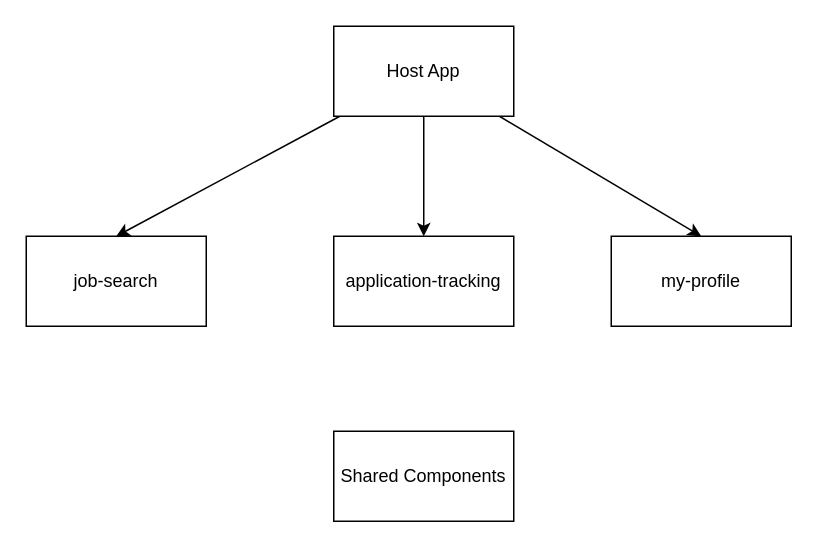
This is page "Page-1" (1 of 3) of plan/architecture.dio from dSolver/job-application-tracker, a draw.io file, before an edit. Source tidied: cells renumbered, new cells numbered last; positions are measured from the earlier drawing's top-left corner, leaving out a move shared by most shapes. Both pictures are drawn from the tidied source at 150%, with x=0, y=0 at pixel (26, 26).
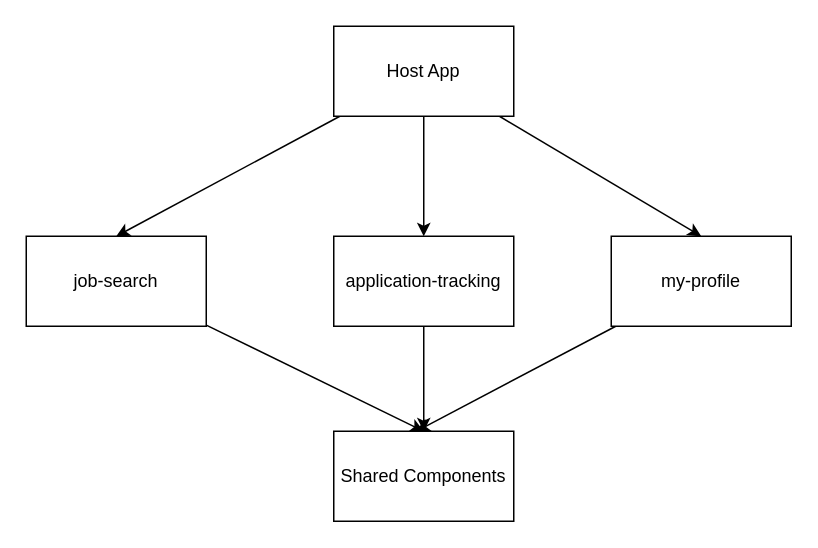
The same page after the edit.

What changed in the source:
```diff
@@
 <mxGraphModel>
   <root>
     <mxCell id="0" />
     <mxCell id="1" parent="0" />
     <mxCell id="2" style="edgeStyle=none;html=1;entryX=0.5;entryY=0;entryDx=0;entryDy=0;" parent="1" edge="1" source="5" target="7">
       <mxGeometry relative="1" as="geometry" />
     </mxCell>
     <mxCell id="3" style="edgeStyle=none;html=1;entryX=0.5;entryY=0;entryDx=0;entryDy=0;" parent="1" edge="1" source="5" target="8">
       <mxGeometry relative="1" as="geometry" />
     </mxCell>
     <mxCell id="4" style="edgeStyle=none;html=1;entryX=0.5;entryY=0;entryDx=0;entryDy=0;" parent="1" edge="1" source="5" target="6">
       <mxGeometry relative="1" as="geometry" />
     </mxCell>
     <mxCell id="5" value="Host App" style="rounded=0;whiteSpace=wrap;html=1;" parent="1" vertex="1">
       <mxGeometry x="205" width="120" height="60" as="geometry" />
     </mxCell>
+    <mxCell id="10" style="edgeStyle=none;html=1;entryX=0.5;entryY=0;entryDx=0;entryDy=0;" parent="1" edge="1" source="6" target="9">
+      <mxGeometry relative="1" as="geometry" />
+    </mxCell>
     <mxCell id="6" value="job-search" style="rounded=0;whiteSpace=wrap;html=1;" parent="1" vertex="1">
       <mxGeometry y="140" width="120" height="60" as="geometry" />
     </mxCell>
+    <mxCell id="11" style="edgeStyle=none;html=1;" parent="1" edge="1" source="7">
+      <mxGeometry relative="1" as="geometry">
+        <mxPoint x="265" y="270" as="targetPoint" />
+      </mxGeometry>
+    </mxCell>
     <mxCell id="7" value="application-tracking" style="rounded=0;whiteSpace=wrap;html=1;" parent="1" vertex="1">
       <mxGeometry x="205" y="140" width="120" height="60" as="geometry" />
     </mxCell>
+    <mxCell id="12" style="edgeStyle=none;html=1;" parent="1" edge="1" source="8">
+      <mxGeometry relative="1" as="geometry">
+        <mxPoint x="260" y="270" as="targetPoint" />
+      </mxGeometry>
+    </mxCell>
     <mxCell id="8" value="my-profile" style="rounded=0;whiteSpace=wrap;html=1;" parent="1" vertex="1">
       <mxGeometry x="390" y="140" width="120" height="60" as="geometry" />
     </mxCell>
     <mxCell id="9" value="Shared Components" style="rounded=0;whiteSpace=wrap;html=1;" parent="1" vertex="1">
       <mxGeometry x="205" y="270" width="120" height="60" as="geometry" />
     </mxCell>
   </root>
 </mxGraphModel>
```
